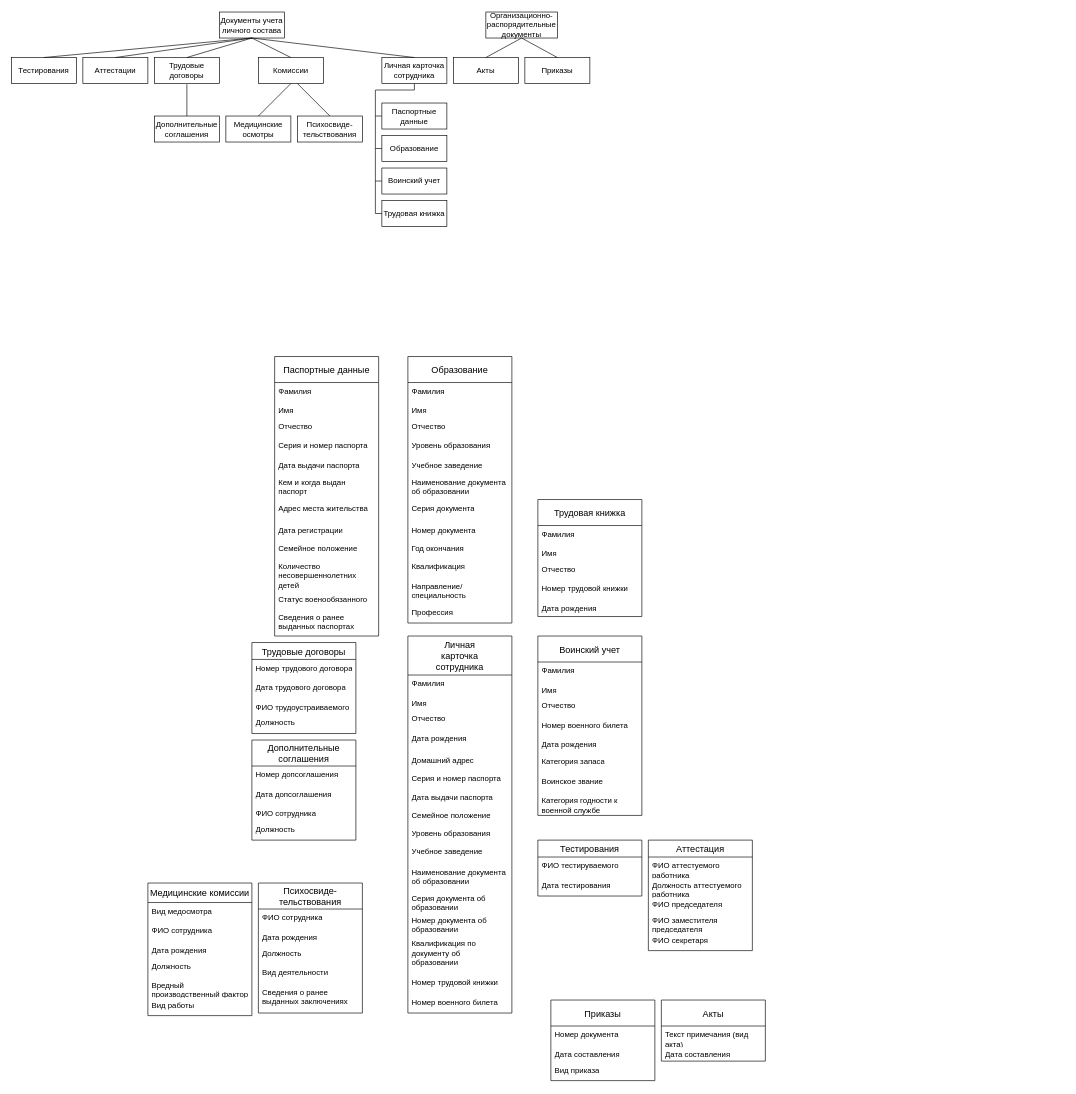
Above: Сущностьсвязь.drawio in lyudmilareshetyuk/draw.io (draw.io), before the change. Source tidied: cells renumbered, new cells numbered last; positions are measured from the earlier drawing's top-left corner, leaving out a move shared by most shapes. Both pictures are drawn from the tidied source at 65%, with x=0, y=0 at pixel (11, 12).
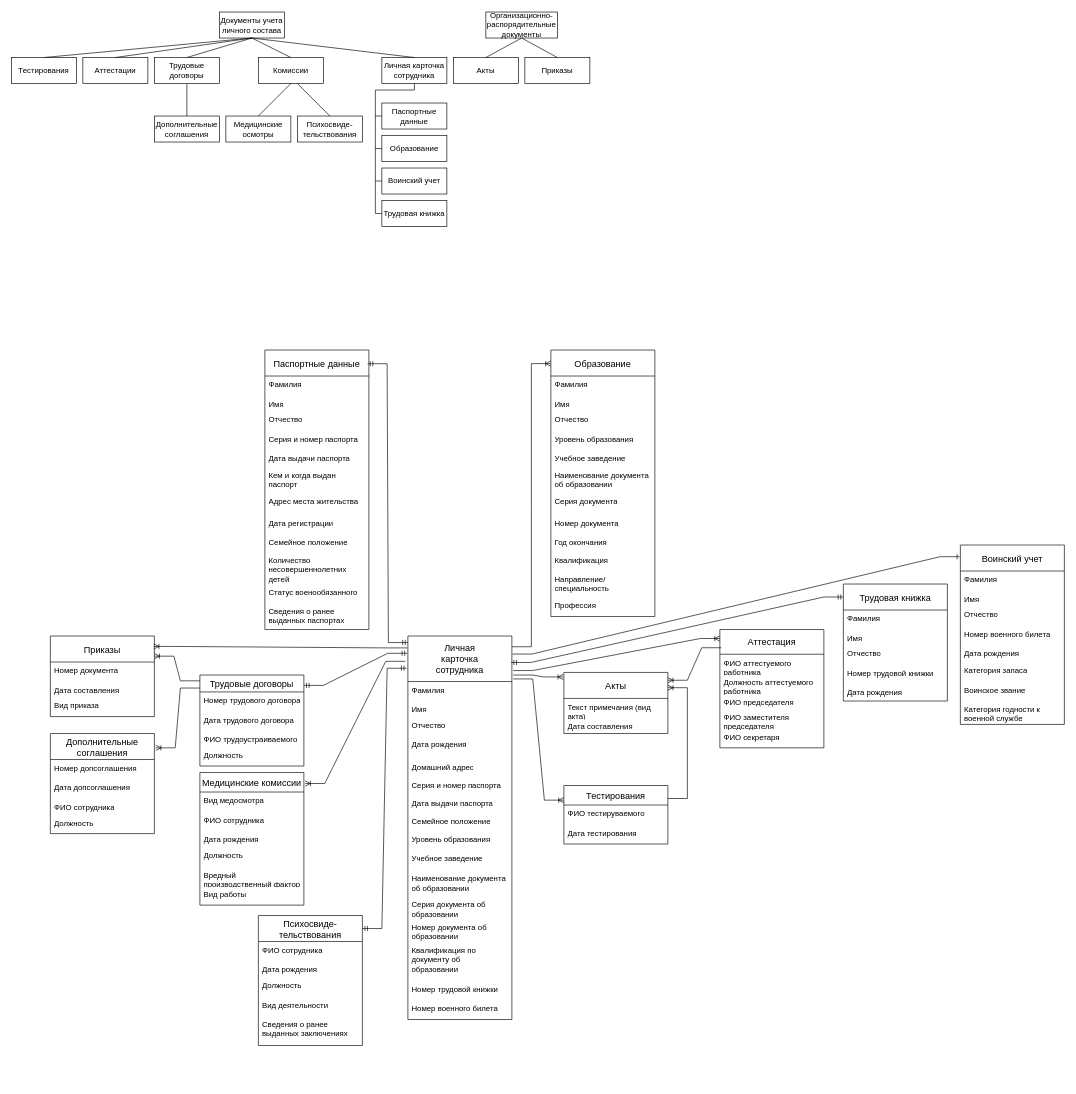
After the change.

Diff of the diagram source:
```diff
@@
-    <mxCell id="35" value="Тестирования" style="swimlane;fontStyle=0;horizontal=1;startSize=26;align=center;fontSize=14;" parent="1" vertex="1">
-      <mxGeometry x="810" y="1274" width="160" height="86" as="geometry" />
+    <mxCell id="35" value="Тестирования" style="swimlane;fontStyle=0;horizontal=1;startSize=30;align=center;fontSize=14;" parent="1" vertex="1">
+      <mxGeometry x="850" y="1190" width="160" height="90" as="geometry" />
     </mxCell>
     <mxCell id="36" value="ФИО тестируваемого" style="text;strokeColor=none;fillColor=none;spacingLeft=4;spacingRight=4;overflow=hidden;fontSize=12;whiteSpace=wrap;html=1;" parent="35" vertex="1">
-      <mxGeometry y="26" width="160" height="30" as="geometry" />
+      <mxGeometry y="30" width="160" height="30" as="geometry" />
     </mxCell>
     <mxCell id="37" value="Дата тестирования" style="text;strokeColor=none;fillColor=none;spacingLeft=4;spacingRight=4;overflow=hidden;fontSize=12;whiteSpace=wrap;html=1;" parent="35" vertex="1">
-      <mxGeometry y="56" width="160" height="30" as="geometry" />
+      <mxGeometry y="60" width="160" height="30" as="geometry" />
     </mxCell>
-    <mxCell id="38" value="Аттестация" style="swimlane;fontStyle=0;horizontal=1;startSize=26;align=center;fontSize=14;" parent="1" vertex="1">
-      <mxGeometry x="980" y="1274" width="160" height="170" as="geometry" />
+    <mxCell id="38" value="Аттестация" style="swimlane;fontStyle=0;horizontal=1;startSize=38;align=center;fontSize=14;" parent="1" vertex="1">
+      <mxGeometry x="1090" y="950" width="160" height="182" as="geometry" />
     </mxCell>
     <mxCell id="39" value="ФИО аттестуемого работника" style="text;strokeColor=none;fillColor=none;spacingLeft=4;spacingRight=4;overflow=hidden;fontSize=12;whiteSpace=wrap;html=1;" parent="38" vertex="1">
-      <mxGeometry y="26" width="160" height="30" as="geometry" />
+      <mxGeometry y="38" width="160" height="30" as="geometry" />
     </mxCell>
     <mxCell id="40" value="Должность аттестуемого работника" style="text;strokeColor=none;fillColor=none;spacingLeft=4;spacingRight=4;overflow=hidden;fontSize=12;whiteSpace=wrap;html=1;" parent="38" vertex="1">
-      <mxGeometry y="56" width="160" height="30" as="geometry" />
+      <mxGeometry y="68" width="160" height="30" as="geometry" />
     </mxCell>
     <mxCell id="41" value="ФИО председателя" style="text;strokeColor=none;fillColor=none;spacingLeft=4;spacingRight=4;overflow=hidden;fontSize=12;whiteSpace=wrap;html=1;" parent="38" vertex="1">
-      <mxGeometry y="86" width="160" height="24" as="geometry" />
+      <mxGeometry y="98" width="160" height="24" as="geometry" />
     </mxCell>
     <mxCell id="42" value="ФИО заместителя председателя" style="text;strokeColor=none;fillColor=none;spacingLeft=4;spacingRight=4;overflow=hidden;fontSize=12;whiteSpace=wrap;html=1;" parent="38" vertex="1">
-      <mxGeometry y="110" width="160" height="30" as="geometry" />
+      <mxGeometry y="122" width="160" height="30" as="geometry" />
     </mxCell>
     <mxCell id="43" value="ФИО секретаря" style="text;strokeColor=none;fillColor=none;spacingLeft=4;spacingRight=4;overflow=hidden;fontSize=12;whiteSpace=wrap;html=1;" parent="38" vertex="1">
-      <mxGeometry y="140" width="160" height="30" as="geometry" />
+      <mxGeometry y="152" width="160" height="30" as="geometry" />
     </mxCell>
     <mxCell id="44" value="Трудовые договоры" style="swimlane;fontStyle=0;horizontal=1;startSize=26;align=center;fontSize=14;" parent="1" vertex="1">
-      <mxGeometry x="370" y="970" width="160" height="140" as="geometry" />
+      <mxGeometry x="290" y="1020" width="160" height="140" as="geometry" />
     </mxCell>
@@
     <mxCell id="49" value="Дополнительные&#10;соглашения" style="swimlane;fontStyle=0;horizontal=1;startSize=40;align=center;fontSize=14;" parent="1" vertex="1">
-      <mxGeometry x="370" y="1120" width="160" height="154" as="geometry" />
+      <mxGeometry x="60" y="1110" width="160" height="154" as="geometry" />
     </mxCell>
@@
     <mxCell id="54" value="Медицинские комиссии" style="swimlane;fontStyle=0;horizontal=1;startSize=30;align=center;fontSize=14;" parent="1" vertex="1">
-      <mxGeometry x="210" y="1340" width="160" height="204" as="geometry" />
+      <mxGeometry x="290" y="1170" width="160" height="204" as="geometry" />
     </mxCell>
@@
     <mxCell id="61" value="Психосвиде-&#10;тельствования" style="swimlane;fontStyle=0;horizontal=1;startSize=40;align=center;fontSize=14;" parent="1" vertex="1">
-      <mxGeometry x="380" y="1340" width="160" height="200" as="geometry" />
+      <mxGeometry x="380" y="1390" width="160" height="200" as="geometry" />
     </mxCell>
@@
     <mxCell id="67" value="Паспортные данные" style="swimlane;fontStyle=0;horizontal=1;startSize=40;align=center;fontSize=14;" parent="1" vertex="1">
-      <mxGeometry x="405" y="530" width="160" height="430" as="geometry" />
+      <mxGeometry x="390" y="520" width="160" height="430" as="geometry" />
     </mxCell>
@@
     <mxCell id="80" value="Образование" style="swimlane;fontStyle=0;horizontal=1;startSize=40;align=center;fontSize=14;" parent="1" vertex="1">
-      <mxGeometry x="610" y="530" width="160" height="410" as="geometry" />
+      <mxGeometry x="830" y="520" width="160" height="410" as="geometry" />
     </mxCell>
@@
     <mxCell id="93" value="Трудовая книжка" style="swimlane;fontStyle=0;horizontal=1;startSize=40;align=center;fontSize=14;" parent="1" vertex="1">
-      <mxGeometry x="810" y="750" width="160" height="180" as="geometry" />
+      <mxGeometry x="1280" y="880" width="160" height="180" as="geometry" />
     </mxCell>
@@
     <mxCell id="99" value="Воинский учет" style="swimlane;fontStyle=0;horizontal=1;startSize=40;align=center;fontSize=14;" parent="1" vertex="1">
-      <mxGeometry x="810" y="960" width="160" height="276" as="geometry" />
+      <mxGeometry x="1460" y="820" width="160" height="276" as="geometry" />
     </mxCell>
@@
     <mxCell id="108" value="Приказы" style="swimlane;fontStyle=0;horizontal=1;startSize=40;align=center;fontSize=14;" parent="1" vertex="1">
-      <mxGeometry x="830" y="1520" width="160" height="124" as="geometry" />
+      <mxGeometry x="60" y="960" width="160" height="124" as="geometry" />
     </mxCell>
@@
     <mxCell id="112" value="Акты" style="swimlane;fontStyle=0;horizontal=1;startSize=40;align=center;fontSize=14;" parent="1" vertex="1">
-      <mxGeometry x="1000" y="1520" width="160" height="94" as="geometry" />
+      <mxGeometry x="850" y="1016" width="160" height="94" as="geometry" />
     </mxCell>
@@
-    <mxCell id="115" value="Личная&#10;карточка&#10;сотрудника" style="swimlane;fontStyle=0;horizontal=1;startSize=60;align=center;fontSize=14;" parent="1" vertex="1">
-      <mxGeometry x="610" y="960" width="160" height="580" as="geometry" />
+    <mxCell id="115" value="Личная&#10;карточка&#10;сотрудника" style="swimlane;fontStyle=0;horizontal=1;startSize=70;align=center;fontSize=14;" parent="1" vertex="1">
+      <mxGeometry x="610" y="960" width="160" height="590" as="geometry" />
     </mxCell>
     <mxCell id="116" value="Фамилия" style="text;strokeColor=none;fillColor=none;spacingLeft=4;spacingRight=4;overflow=hidden;points=[[0,0.5],[1,0.5]];portConstraint=eastwest;fontSize=12;whiteSpace=wrap;html=1;" parent="115" vertex="1">
-      <mxGeometry y="60" width="160" height="30" as="geometry" />
+      <mxGeometry y="70" width="160" height="30" as="geometry" />
     </mxCell>
     <mxCell id="117" value="Имя" style="text;strokeColor=none;fillColor=none;spacingLeft=4;spacingRight=4;overflow=hidden;fontSize=12;whiteSpace=wrap;html=1;" parent="115" vertex="1">
-      <mxGeometry y="90" width="160" height="24" as="geometry" />
+      <mxGeometry y="100" width="160" height="24" as="geometry" />
     </mxCell>
     <mxCell id="118" value="Отчество" style="text;strokeColor=none;fillColor=none;spacingLeft=4;spacingRight=4;overflow=hidden;fontSize=12;whiteSpace=wrap;html=1;" parent="115" vertex="1">
-      <mxGeometry y="114" width="160" height="30" as="geometry" />
+      <mxGeometry y="124" width="160" height="30" as="geometry" />
     </mxCell>
     <mxCell id="119" value="Дата рождения" style="text;strokeColor=none;fillColor=none;spacingLeft=4;spacingRight=4;overflow=hidden;fontSize=12;whiteSpace=wrap;html=1;" parent="115" vertex="1">
-      <mxGeometry y="144" width="160" height="34" as="geometry" />
+      <mxGeometry y="154" width="160" height="34" as="geometry" />
     </mxCell>
     <mxCell id="120" value="Домашний адрес" style="text;strokeColor=none;fillColor=none;spacingLeft=4;spacingRight=4;overflow=hidden;fontSize=12;whiteSpace=wrap;html=1;" parent="115" vertex="1">
-      <mxGeometry y="178" width="160" height="28" as="geometry" />
+      <mxGeometry y="188" width="160" height="28" as="geometry" />
     </mxCell>
     <mxCell id="121" value="Серия и номер паспорта" style="text;strokeColor=none;fillColor=none;spacingLeft=4;spacingRight=4;overflow=hidden;fontSize=12;whiteSpace=wrap;html=1;" parent="115" vertex="1">
-      <mxGeometry y="206" width="160" height="28" as="geometry" />
+      <mxGeometry y="216" width="160" height="28" as="geometry" />
     </mxCell>
     <mxCell id="122" value="Дата выдачи паспорта" style="text;strokeColor=none;fillColor=none;spacingLeft=4;spacingRight=4;overflow=hidden;fontSize=12;whiteSpace=wrap;html=1;" parent="115" vertex="1">
-      <mxGeometry y="234" width="160" height="28" as="geometry" />
+      <mxGeometry y="244" width="160" height="28" as="geometry" />
     </mxCell>
     <mxCell id="123" value="Семейное положение" style="text;strokeColor=none;fillColor=none;spacingLeft=4;spacingRight=4;overflow=hidden;fontSize=12;whiteSpace=wrap;html=1;" parent="115" vertex="1">
-      <mxGeometry y="262" width="160" height="28" as="geometry" />
+      <mxGeometry y="272" width="160" height="28" as="geometry" />
     </mxCell>
     <mxCell id="124" value="Уровень образования" style="text;strokeColor=none;fillColor=none;spacingLeft=4;spacingRight=4;overflow=hidden;fontSize=12;whiteSpace=wrap;html=1;" parent="115" vertex="1">
-      <mxGeometry y="290" width="160" height="28" as="geometry" />
+      <mxGeometry y="300" width="160" height="28" as="geometry" />
     </mxCell>
     <mxCell id="125" value="Учебное заведение" style="text;strokeColor=none;fillColor=none;spacingLeft=4;spacingRight=4;overflow=hidden;fontSize=12;whiteSpace=wrap;html=1;" parent="115" vertex="1">
-      <mxGeometry y="318" width="160" height="32" as="geometry" />
+      <mxGeometry y="328" width="160" height="32" as="geometry" />
     </mxCell>
     <mxCell id="126" value="Наименование документа об образовании" style="text;strokeColor=none;fillColor=none;spacingLeft=4;spacingRight=4;overflow=hidden;fontSize=12;whiteSpace=wrap;html=1;" parent="115" vertex="1">
-      <mxGeometry y="350" width="160" height="40" as="geometry" />
+      <mxGeometry y="360" width="160" height="40" as="geometry" />
     </mxCell>
     <mxCell id="127" value="Серия документа об образовании" style="text;strokeColor=none;fillColor=none;spacingLeft=4;spacingRight=4;overflow=hidden;fontSize=12;whiteSpace=wrap;html=1;" parent="115" vertex="1">
-      <mxGeometry y="390" width="160" height="34" as="geometry" />
+      <mxGeometry y="400" width="160" height="34" as="geometry" />
     </mxCell>
     <mxCell id="128" value="Номер документа об образовании" style="text;strokeColor=none;fillColor=none;spacingLeft=4;spacingRight=4;overflow=hidden;fontSize=12;whiteSpace=wrap;html=1;" parent="115" vertex="1">
-      <mxGeometry y="424" width="160" height="36" as="geometry" />
+      <mxGeometry y="434" width="160" height="36" as="geometry" />
     </mxCell>
     <mxCell id="129" value="Квалификация по документу об образовании" style="text;strokeColor=none;fillColor=none;spacingLeft=4;spacingRight=4;overflow=hidden;fontSize=12;whiteSpace=wrap;html=1;" parent="115" vertex="1">
-      <mxGeometry y="460" width="160" height="60" as="geometry" />
+      <mxGeometry y="470" width="160" height="60" as="geometry" />
     </mxCell>
     <mxCell id="130" value="Номер трудовой книжки" style="text;strokeColor=none;fillColor=none;spacingLeft=4;spacingRight=4;overflow=hidden;fontSize=12;whiteSpace=wrap;html=1;" parent="115" vertex="1">
-      <mxGeometry y="520" width="160" height="30" as="geometry" />
+      <mxGeometry y="530" width="160" height="30" as="geometry" />
     </mxCell>
     <mxCell id="131" value="Номер военного билета" style="text;strokeColor=none;fillColor=none;spacingLeft=4;spacingRight=4;overflow=hidden;fontSize=12;whiteSpace=wrap;html=1;" parent="115" vertex="1">
-      <mxGeometry y="550" width="160" height="30" as="geometry" />
+      <mxGeometry y="560" width="160" height="30" as="geometry" />
     </mxCell>
+    <mxCell id="132" style="edgeStyle=entityRelationEdgeStyle;fontSize=12;html=1;endArrow=ERmandOne;startArrow=ERmandOne;rounded=0;exitX=-0.006;exitY=0.045;exitDx=0;exitDy=0;exitPerimeter=0;entryX=1;entryY=0.114;entryDx=0;entryDy=0;entryPerimeter=0;" parent="1" edge="1" source="115" target="44">
+      <mxGeometry relative="1" as="geometry" />
+    </mxCell>
+    <mxCell id="133" style="edgeStyle=entityRelationEdgeStyle;fontSize=12;html=1;endArrow=ERoneToMany;rounded=0;exitX=-0.025;exitY=0.066;exitDx=0;exitDy=0;entryX=1.013;entryY=0.083;entryDx=0;entryDy=0;entryPerimeter=0;exitPerimeter=0;" parent="1" edge="1" source="115" target="54">
+      <mxGeometry relative="1" as="geometry" />
+    </mxCell>
+    <mxCell id="134" style="edgeStyle=entityRelationEdgeStyle;fontSize=12;html=1;endArrow=ERmandOne;startArrow=ERmandOne;rounded=0;entryX=-0.012;entryY=0.084;entryDx=0;entryDy=0;entryPerimeter=0;exitX=1;exitY=0.1;exitDx=0;exitDy=0;exitPerimeter=0;" parent="1" edge="1" source="61" target="115">
+      <mxGeometry relative="1" as="geometry" />
+    </mxCell>
+    <mxCell id="135" style="edgeStyle=entityRelationEdgeStyle;fontSize=12;html=1;endArrow=ERoneToMany;rounded=0;entryX=0;entryY=0.076;entryDx=0;entryDy=0;entryPerimeter=0;exitX=1.013;exitY=0.09;exitDx=0;exitDy=0;exitPerimeter=0;" parent="1" edge="1" source="115" target="38">
+      <mxGeometry relative="1" as="geometry" />
+    </mxCell>
+    <mxCell id="136" style="edgeStyle=entityRelationEdgeStyle;fontSize=12;html=1;endArrow=ERoneToMany;rounded=0;exitX=1.013;exitY=-0.133;exitDx=0;exitDy=0;exitPerimeter=0;entryX=0;entryY=0.25;entryDx=0;entryDy=0;" parent="1" edge="1" source="116" target="35">
+      <mxGeometry relative="1" as="geometry" />
+    </mxCell>
+    <mxCell id="137" style="edgeStyle=entityRelationEdgeStyle;fontSize=12;html=1;endArrow=ERmandOne;startArrow=ERmandOne;rounded=0;exitX=0.988;exitY=0.049;exitDx=0;exitDy=0;exitPerimeter=0;entryX=0;entryY=0.017;entryDx=0;entryDy=0;entryPerimeter=0;" parent="1" edge="1" source="67" target="115">
+      <mxGeometry relative="1" as="geometry" />
+    </mxCell>
+    <mxCell id="138" style="edgeStyle=entityRelationEdgeStyle;fontSize=12;html=1;endArrow=ERoneToMany;rounded=0;entryX=0;entryY=0.051;entryDx=0;entryDy=0;entryPerimeter=0;exitX=1;exitY=0.028;exitDx=0;exitDy=0;exitPerimeter=0;" parent="1" edge="1" source="115" target="80">
+      <mxGeometry relative="1" as="geometry" />
+    </mxCell>
+    <mxCell id="139" style="edgeStyle=entityRelationEdgeStyle;fontSize=12;html=1;endArrow=ERmandOne;startArrow=ERmandOne;rounded=0;exitX=0;exitY=0.111;exitDx=0;exitDy=0;exitPerimeter=0;entryX=0.994;entryY=0.069;entryDx=0;entryDy=0;entryPerimeter=0;" parent="1" edge="1" source="93" target="115">
+      <mxGeometry relative="1" as="geometry" />
+    </mxCell>
+    <mxCell id="140" style="edgeStyle=entityRelationEdgeStyle;fontSize=12;html=1;endArrow=ERone;endFill=1;rounded=0;entryX=-0.006;entryY=0.065;entryDx=0;entryDy=0;entryPerimeter=0;exitX=1.006;exitY=0.047;exitDx=0;exitDy=0;exitPerimeter=0;" parent="1" edge="1" source="115" target="99">
+      <mxGeometry relative="1" as="geometry" />
+    </mxCell>
+    <mxCell id="141" style="edgeStyle=entityRelationEdgeStyle;fontSize=12;html=1;endArrow=ERoneToMany;rounded=0;entryX=1;entryY=0.25;entryDx=0;entryDy=0;exitX=0;exitY=0.064;exitDx=0;exitDy=0;exitPerimeter=0;" parent="1" edge="1" source="44" target="108">
+      <mxGeometry relative="1" as="geometry" />
+    </mxCell>
+    <mxCell id="142" style="edgeStyle=entityRelationEdgeStyle;fontSize=12;html=1;endArrow=ERoneToMany;rounded=0;entryX=1.013;entryY=0.143;entryDx=0;entryDy=0;entryPerimeter=0;exitX=0;exitY=0.143;exitDx=0;exitDy=0;exitPerimeter=0;" parent="1" edge="1" source="44" target="49">
+      <mxGeometry relative="1" as="geometry" />
+    </mxCell>
+    <mxCell id="143" style="edgeStyle=entityRelationEdgeStyle;fontSize=12;html=1;endArrow=ERoneToMany;rounded=0;exitX=-0.006;exitY=0.031;exitDx=0;exitDy=0;exitPerimeter=0;entryX=0.994;entryY=0.129;entryDx=0;entryDy=0;entryPerimeter=0;" parent="1" edge="1" source="115" target="108">
+      <mxGeometry relative="1" as="geometry" />
+    </mxCell>
+    <mxCell id="144" style="edgeStyle=entityRelationEdgeStyle;fontSize=12;html=1;endArrow=ERoneToMany;rounded=0;entryX=-0.006;entryY=0.074;entryDx=0;entryDy=0;entryPerimeter=0;" parent="1" edge="1" target="112">
+      <mxGeometry relative="1" as="geometry">
+        <mxPoint x="772" y="1020" as="sourcePoint" />
+      </mxGeometry>
+    </mxCell>
+    <mxCell id="145" style="edgeStyle=entityRelationEdgeStyle;fontSize=12;html=1;endArrow=ERoneToMany;rounded=0;entryX=1;entryY=0.128;entryDx=0;entryDy=0;exitX=0.013;exitY=0.154;exitDx=0;exitDy=0;exitPerimeter=0;entryPerimeter=0;" parent="1" edge="1" source="38" target="112">
+      <mxGeometry relative="1" as="geometry" />
+    </mxCell>
+    <mxCell id="146" style="edgeStyle=entityRelationEdgeStyle;fontSize=12;html=1;endArrow=ERoneToMany;rounded=0;exitX=1;exitY=0.222;exitDx=0;exitDy=0;entryX=1;entryY=0.25;entryDx=0;entryDy=0;exitPerimeter=0;" parent="1" edge="1" source="35" target="112">
+      <mxGeometry relative="1" as="geometry" />
+    </mxCell>
```
